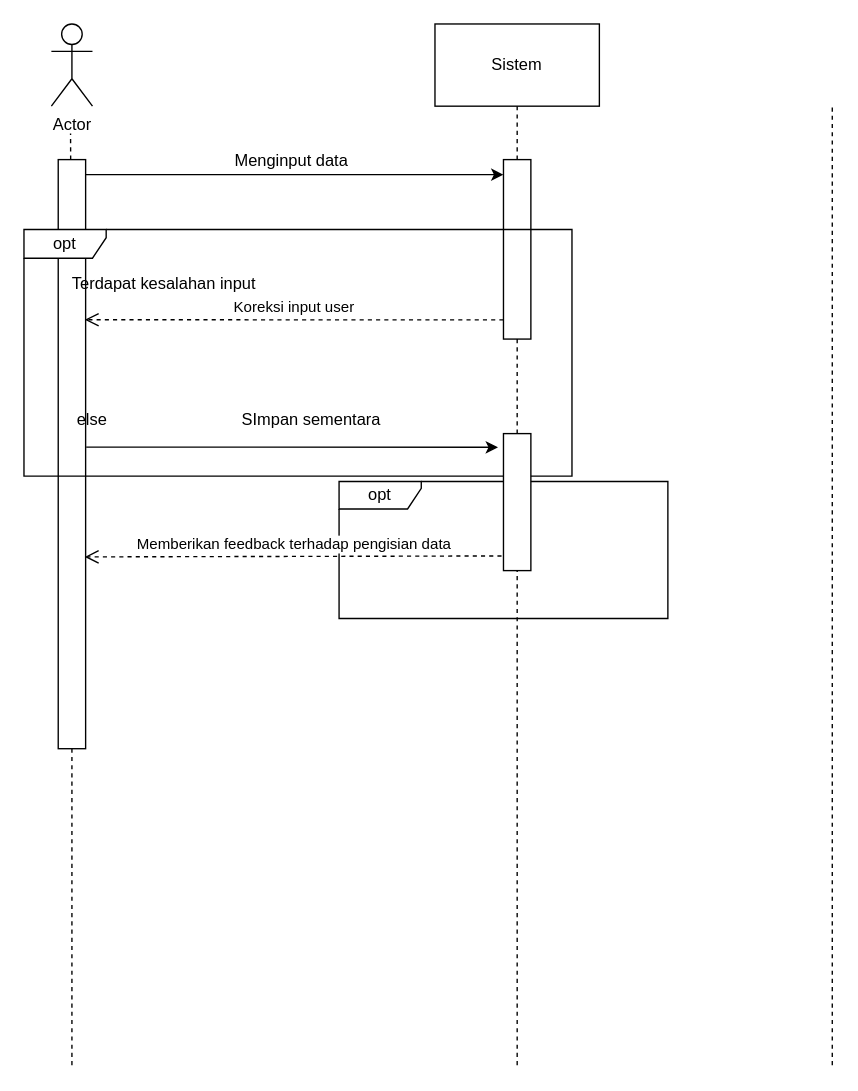
Tamvanz/offstat keeps this draw.io diagram as Untitled Diagram.drawio. Above is the earlier version. Source tidied: cells renumbered, new cells numbered last; positions are measured from the earlier drawing's top-left corner, leaving out a move shared by most shapes. Both pictures are drawn from the tidied source at 137%, with x=0, y=0 at pixel (23, 23).
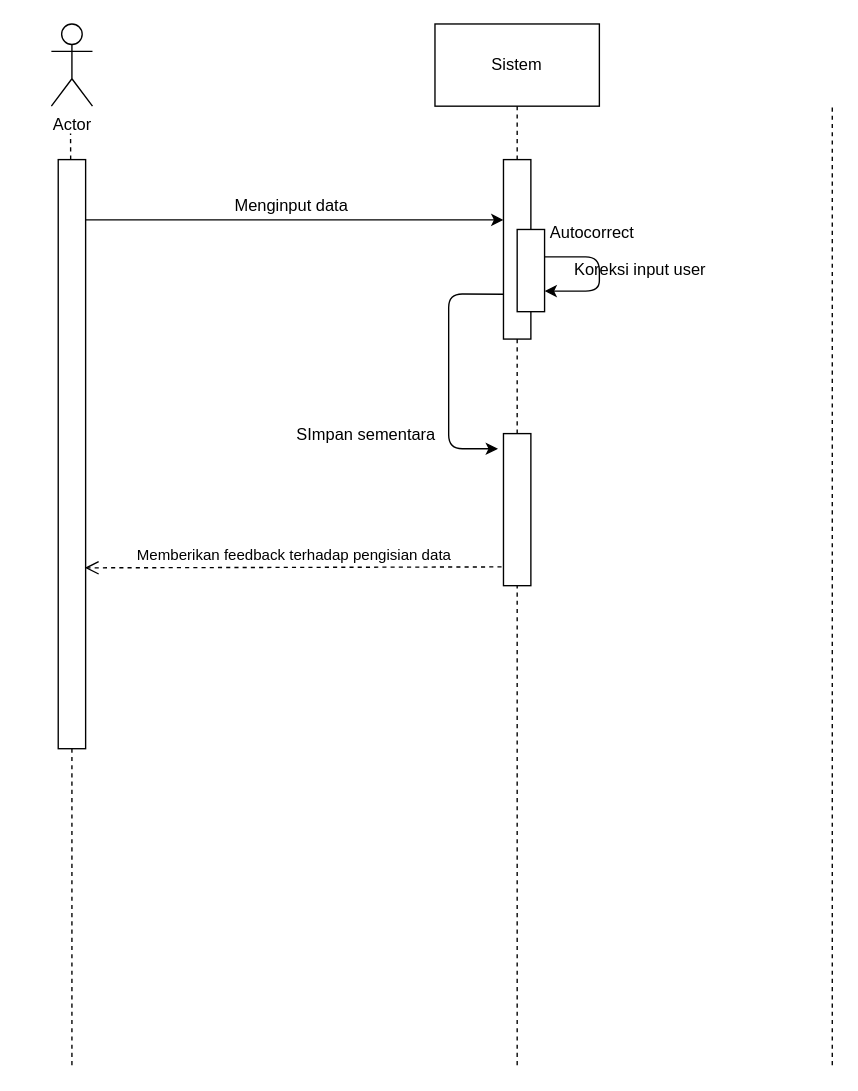
Above is the later version.

Unchanged cells that the change refers to:
```xml
<mxCell id="15" style="rounded=0;whiteSpace=wrap;html=1;" parent="1" vertex="1">
  <mxGeometry x="25" y="99" width="20" height="430" as="geometry" />
</mxCell>
<mxCell id="17" style="rounded=0;whiteSpace=wrap;html=1;" parent="1" vertex="1">
  <mxGeometry x="350" y="99" width="20" height="131" as="geometry" />
</mxCell>
```

Diff of the diagram source:
```diff
@@
-    <mxCell id="2" value="opt" style="shape=umlFrame;whiteSpace=wrap;html=1;width=60;height=20;" parent="1" vertex="1">
-      <mxGeometry x="230" y="334" width="240" height="100" as="geometry" />
-    </mxCell>
@@
-    <mxCell id="7" style="endArrow=classic;html=1;exitX=1.021;exitY=0.488;exitDx=0;exitDy=0;exitPerimeter=0;entryX=-0.2;entryY=0.1;entryDx=0;entryDy=0;entryPerimeter=0;" parent="1" edge="1" source="15" target="24">
-      <mxGeometry relative="1" as="geometry" />
+    <mxCell id="7" style="endArrow=classic;html=1;exitX=0;exitY=0.75;exitDx=0;exitDy=0;entryX=-0.2;entryY=0.1;entryDx=0;entryDy=0;entryPerimeter=0;" parent="1" edge="1" source="17" target="24">
+      <mxGeometry relative="1" as="geometry">
+        <Array as="points">
+          <mxPoint x="310" y="197" />
+          <mxPoint x="310" y="310" />
+        </Array>
+      </mxGeometry>
     </mxCell>
     <mxCell id="8" style="group;" parent="1" vertex="1">
-      <mxGeometry x="40" y="90" width="310" height="20" as="geometry" />
+      <mxGeometry x="40" y="123" width="310" height="20" as="geometry" />
     </mxCell>
@@
     <mxCell id="11" value="SImpan sementara" style="text;html=1;strokeColor=none;fillColor=none;align=center;verticalAlign=middle;whiteSpace=wrap;rounded=0;" parent="1" vertex="1">
-      <mxGeometry x="120" y="279" width="180" height="20" as="geometry" />
+      <mxGeometry x="160" y="290" width="180" height="20" as="geometry" />
     </mxCell>
@@
-    <mxCell id="19" value="Koreksi input user" style="html=1;verticalAlign=bottom;endArrow=open;dashed=1;endSize=8;entryX=0.969;entryY=0.209;entryDx=0;entryDy=0;entryPerimeter=0;" parent="1" edge="1">
-      <mxGeometry relative="1" as="geometry">
-        <mxPoint x="350" y="216" as="sourcePoint" />
-        <mxPoint x="44.4" y="215.9" as="targetPoint" />
-      </mxGeometry>
-    </mxCell>
-    <mxCell id="20" value="Memberikan feedback terhadap pengisian data" style="html=1;verticalAlign=bottom;endArrow=open;dashed=1;endSize=8;entryX=0.969;entryY=0.209;entryDx=0;entryDy=0;entryPerimeter=0;exitX=-0.071;exitY=0.893;exitDx=0;exitDy=0;exitPerimeter=0;" parent="1" edge="1" source="24">
+    <mxCell id="20" value="Memberikan feedback terhadap pengisian data" style="html=1;verticalAlign=bottom;endArrow=open;dashed=1;endSize=8;entryX=0.969;entryY=0.209;entryDx=0;entryDy=0;entryPerimeter=0;exitX=-0.071;exitY=0.893;exitDx=0;exitDy=0;exitPerimeter=0;" parent="1" edge="1">
       <mxGeometry relative="1" as="geometry">
-        <mxPoint x="44.4" y="389" as="targetPoint" />
+        <mxPoint x="348.6" y="396.3" as="sourcePoint" />
+        <mxPoint x="44.4" y="397" as="targetPoint" />
       </mxGeometry>
     </mxCell>
-    <mxCell id="21" value="opt" style="shape=umlFrame;whiteSpace=wrap;html=1;width=60;height=21;" parent="1" vertex="1">
-      <mxGeometry y="150" width="400" height="180" as="geometry" />
-    </mxCell>
-    <mxCell id="22" value="Terdapat kesalahan input" style="text;html=1;strokeColor=none;fillColor=none;align=center;verticalAlign=middle;whiteSpace=wrap;rounded=0;" parent="1" vertex="1">
-      <mxGeometry x="20" y="180" width="165" height="20" as="geometry" />
-    </mxCell>
-    <mxCell id="23" value="else" style="text;html=1;strokeColor=none;fillColor=none;align=center;verticalAlign=middle;whiteSpace=wrap;rounded=0;" parent="1" vertex="1">
-      <mxGeometry x="30" y="279" width="40" height="20" as="geometry" />
-    </mxCell>
     <mxCell id="24" style="rounded=0;whiteSpace=wrap;html=1;" parent="1" vertex="1">
-      <mxGeometry x="350" y="299" width="20" height="100" as="geometry" />
+      <mxGeometry x="350" y="299" width="20" height="111" as="geometry" />
     </mxCell>
@@
+    <mxCell id="26" style="rounded=0;whiteSpace=wrap;html=1;" parent="1" vertex="1">
+      <mxGeometry x="360" y="150" width="20" height="60" as="geometry" />
+    </mxCell>
+    <mxCell id="27" style="endArrow=classic;html=1;entryX=1;entryY=0.75;entryDx=0;entryDy=0;" parent="1" edge="1" target="26">
+      <mxGeometry relative="1" as="geometry">
+        <mxPoint x="380" y="170" as="sourcePoint" />
+        <Array as="points">
+          <mxPoint x="420" y="170" />
+          <mxPoint x="420" y="195" />
+        </Array>
+      </mxGeometry>
+    </mxCell>
+    <mxCell id="19" value="Koreksi input user" style="text;html=1;strokeColor=none;fillColor=none;align=center;verticalAlign=middle;whiteSpace=wrap;rounded=0;" parent="1" vertex="1">
+      <mxGeometry x="395" y="170" width="110" height="20" as="geometry" />
+    </mxCell>
+    <mxCell id="28" value="Autocorrect" style="text;html=1;strokeColor=none;fillColor=none;align=center;verticalAlign=middle;whiteSpace=wrap;rounded=0;" parent="1" vertex="1">
+      <mxGeometry x="380" y="143" width="70" height="20" as="geometry" />
+    </mxCell>
```
